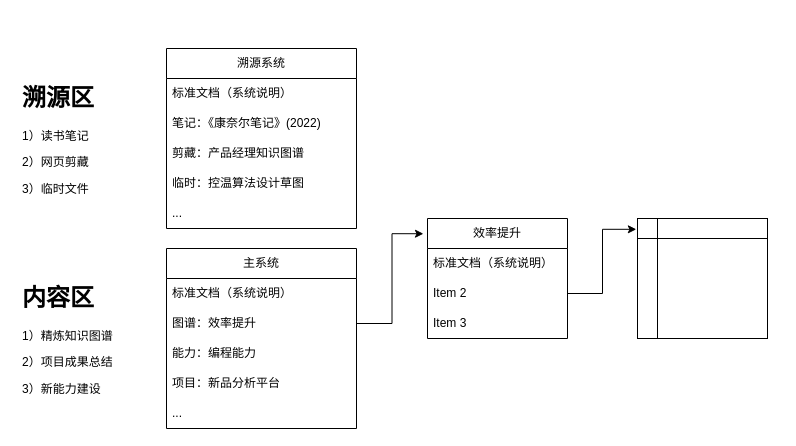
qt5210/qt5210.github.io keeps this draw.io diagram as system.drawio. Above is the earlier version. Source tidied: cells renumbered, new cells numbered last; positions are measured from the earlier drawing's top-left corner, leaving out a move shared by most shapes. Both pictures are drawn from the tidied source at 100%, with x=0, y=0 at pixel (17, 48).
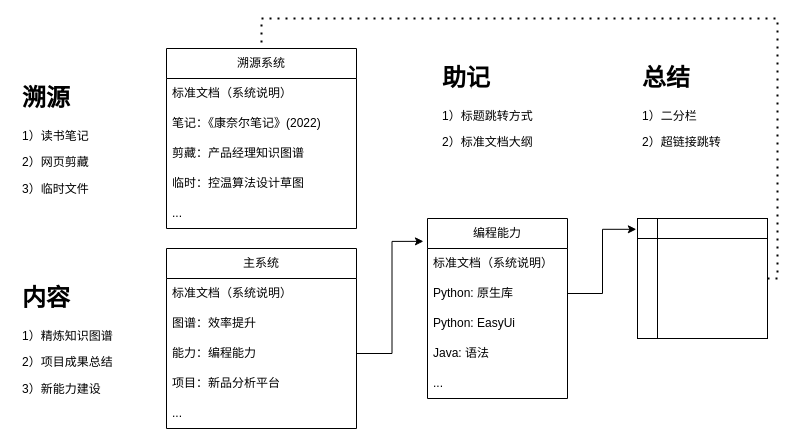
The same page after the edit.

Unchanged cells that the change refers to:
```xml
<mxCell id="4" value="图谱：效率提升" style="text;strokeColor=none;fillColor=none;align=left;verticalAlign=middle;spacingLeft=4;spacingRight=4;overflow=hidden;points=[[0,0.5],[1,0.5]];portConstraint=eastwest;whiteSpace=wrap;html=1;" parent="2" vertex="1">
  <mxGeometry y="60" width="190" height="30" as="geometry" />
</mxCell>
<mxCell id="5" value="能力：编程能力" style="text;strokeColor=none;fillColor=none;align=left;verticalAlign=middle;spacingLeft=4;spacingRight=4;overflow=hidden;points=[[0,0.5],[1,0.5]];portConstraint=eastwest;whiteSpace=wrap;html=1;" parent="2" vertex="1">
  <mxGeometry y="90" width="190" height="30" as="geometry" />
</mxCell>
<mxCell id="8" value="溯源系统" style="swimlane;fontStyle=0;horizontal=1;startSize=30;whiteSpace=wrap;html=1;" parent="1" vertex="1">
  <mxGeometry x="149" width="190" height="180" as="geometry" />
</mxCell>
<mxCell id="21" style="shape=internalStorage;whiteSpace=wrap;html=1;backgroundOutline=1;" parent="1" vertex="1">
  <mxGeometry x="620" y="170" width="130" height="120" as="geometry" />
</mxCell>
```

The edit, as a diff of the source:
```diff
@@
-    <mxCell id="14" value="&lt;h1&gt;内容区&lt;/h1&gt;&lt;p&gt;1）精炼知识图谱&lt;/p&gt;&lt;p&gt;2）项目成果总结&lt;/p&gt;&lt;p&gt;3）新能力建设&lt;/p&gt;" style="text;html=1;strokeColor=none;fillColor=none;spacing=5;spacingTop=-20;whiteSpace=wrap;overflow=hidden;rounded=0;" parent="1" vertex="1">
+    <mxCell id="14" value="&lt;h1&gt;内容&lt;/h1&gt;&lt;p&gt;1）精炼知识图谱&lt;/p&gt;&lt;p&gt;2）项目成果总结&lt;/p&gt;&lt;p&gt;3）新能力建设&lt;/p&gt;" style="text;html=1;strokeColor=none;fillColor=none;spacing=5;spacingTop=-20;whiteSpace=wrap;overflow=hidden;rounded=0;" parent="1" vertex="1">
       <mxGeometry y="230" width="140" height="120" as="geometry" />
     </mxCell>
-    <mxCell id="15" value="&lt;h1&gt;溯源区&lt;/h1&gt;&lt;p&gt;1）读书笔记&lt;/p&gt;&lt;p&gt;2）网页剪藏&lt;/p&gt;&lt;p&gt;3）临时文件&lt;/p&gt;" style="text;html=1;strokeColor=none;fillColor=none;spacing=5;spacingTop=-20;whiteSpace=wrap;overflow=hidden;rounded=0;" parent="1" vertex="1">
+    <mxCell id="15" value="&lt;h1&gt;溯源&lt;/h1&gt;&lt;p&gt;1）读书笔记&lt;/p&gt;&lt;p&gt;2）网页剪藏&lt;/p&gt;&lt;p&gt;3）临时文件&lt;/p&gt;" style="text;html=1;strokeColor=none;fillColor=none;spacing=5;spacingTop=-20;whiteSpace=wrap;overflow=hidden;rounded=0;" parent="1" vertex="1">
       <mxGeometry y="30" width="140" height="120" as="geometry" />
     </mxCell>
-    <mxCell id="16" value="效率提升" style="swimlane;fontStyle=0;horizontal=1;startSize=30;whiteSpace=wrap;html=1;" parent="1" vertex="1">
-      <mxGeometry x="410" y="170" width="140" height="120" as="geometry" />
+    <mxCell id="16" value="编程能力" style="swimlane;fontStyle=0;horizontal=1;startSize=30;whiteSpace=wrap;html=1;" parent="1" vertex="1">
+      <mxGeometry x="410" y="170" width="140" height="180" as="geometry" />
     </mxCell>
@@
-    <mxCell id="18" value="Item 2" style="text;strokeColor=none;fillColor=none;align=left;verticalAlign=middle;spacingLeft=4;spacingRight=4;overflow=hidden;points=[[0,0.5],[1,0.5]];portConstraint=eastwest;whiteSpace=wrap;html=1;" parent="16" vertex="1">
+    <mxCell id="18" value="Python: 原生库" style="text;strokeColor=none;fillColor=none;align=left;verticalAlign=middle;spacingLeft=4;spacingRight=4;overflow=hidden;points=[[0,0.5],[1,0.5]];portConstraint=eastwest;whiteSpace=wrap;html=1;" parent="16" vertex="1">
       <mxGeometry y="60" width="140" height="30" as="geometry" />
     </mxCell>
+    <mxCell id="23" value="Python: EasyUi" style="text;strokeColor=none;fillColor=none;align=left;verticalAlign=middle;spacingLeft=4;spacingRight=4;overflow=hidden;whiteSpace=wrap;html=1;" parent="16" vertex="1">
+      <mxGeometry y="90" width="140" height="30" as="geometry" />
+    </mxCell>
+    <mxCell id="24" value="Java: 语法" style="text;strokeColor=none;fillColor=none;align=left;verticalAlign=middle;spacingLeft=4;spacingRight=4;overflow=hidden;whiteSpace=wrap;html=1;" parent="16" vertex="1">
+      <mxGeometry y="120" width="140" height="30" as="geometry" />
+    </mxCell>
-    <mxCell id="19" value="Item 3" style="text;strokeColor=none;fillColor=none;align=left;verticalAlign=middle;spacingLeft=4;spacingRight=4;overflow=hidden;whiteSpace=wrap;html=1;" parent="16" vertex="1">
-      <mxGeometry y="90" width="140" height="30" as="geometry" />
+    <mxCell id="19" value="..." style="text;strokeColor=none;fillColor=none;align=left;verticalAlign=middle;spacingLeft=4;spacingRight=4;overflow=hidden;whiteSpace=wrap;html=1;" parent="16" vertex="1">
+      <mxGeometry y="150" width="140" height="30" as="geometry" />
     </mxCell>
-    <mxCell id="20" style="edgeStyle=orthogonalEdgeStyle;rounded=0;jettySize=auto;html=1;entryX=-0.029;entryY=0.127;entryDx=0;entryDy=0;entryPerimeter=0;" parent="1" edge="1" source="4" target="16">
+    <mxCell id="20" style="edgeStyle=orthogonalEdgeStyle;rounded=0;jettySize=auto;html=1;entryX=-0.029;entryY=0.127;entryDx=0;entryDy=0;entryPerimeter=0;" parent="1" edge="1" source="5" target="16">
       <mxGeometry relative="1" as="geometry" />
     </mxCell>
@@
+    <mxCell id="25" value="&lt;h1&gt;助记&lt;/h1&gt;&lt;p&gt;1）标题跳转方式&lt;/p&gt;&lt;p&gt;2）标准文档大纲&lt;/p&gt;" style="text;html=1;strokeColor=none;fillColor=none;spacing=5;spacingTop=-20;whiteSpace=wrap;overflow=hidden;rounded=0;" parent="1" vertex="1">
+      <mxGeometry x="420" y="10" width="140" height="120" as="geometry" />
+    </mxCell>
+    <mxCell id="26" value="&lt;h1&gt;总结&lt;/h1&gt;&lt;p&gt;1）二分栏&lt;/p&gt;&lt;p&gt;2）超链接跳转&lt;/p&gt;" style="text;html=1;strokeColor=none;fillColor=none;spacing=5;spacingTop=-20;whiteSpace=wrap;overflow=hidden;rounded=0;" parent="1" vertex="1">
+      <mxGeometry x="620" y="10" width="140" height="120" as="geometry" />
+    </mxCell>
+    <mxCell id="27" style="endArrow=none;dashed=1;html=1;dashPattern=1 3;strokeWidth=2;rounded=0;entryX=0.5;entryY=0;entryDx=0;entryDy=0;" parent="1" edge="1" source="21" target="8">
+      <mxGeometry relative="1" as="geometry">
+        <Array as="points">
+          <mxPoint x="760" y="230" />
+          <mxPoint x="760" y="-30" />
+          <mxPoint x="244" y="-30" />
+        </Array>
+      </mxGeometry>
+    </mxCell>
```
